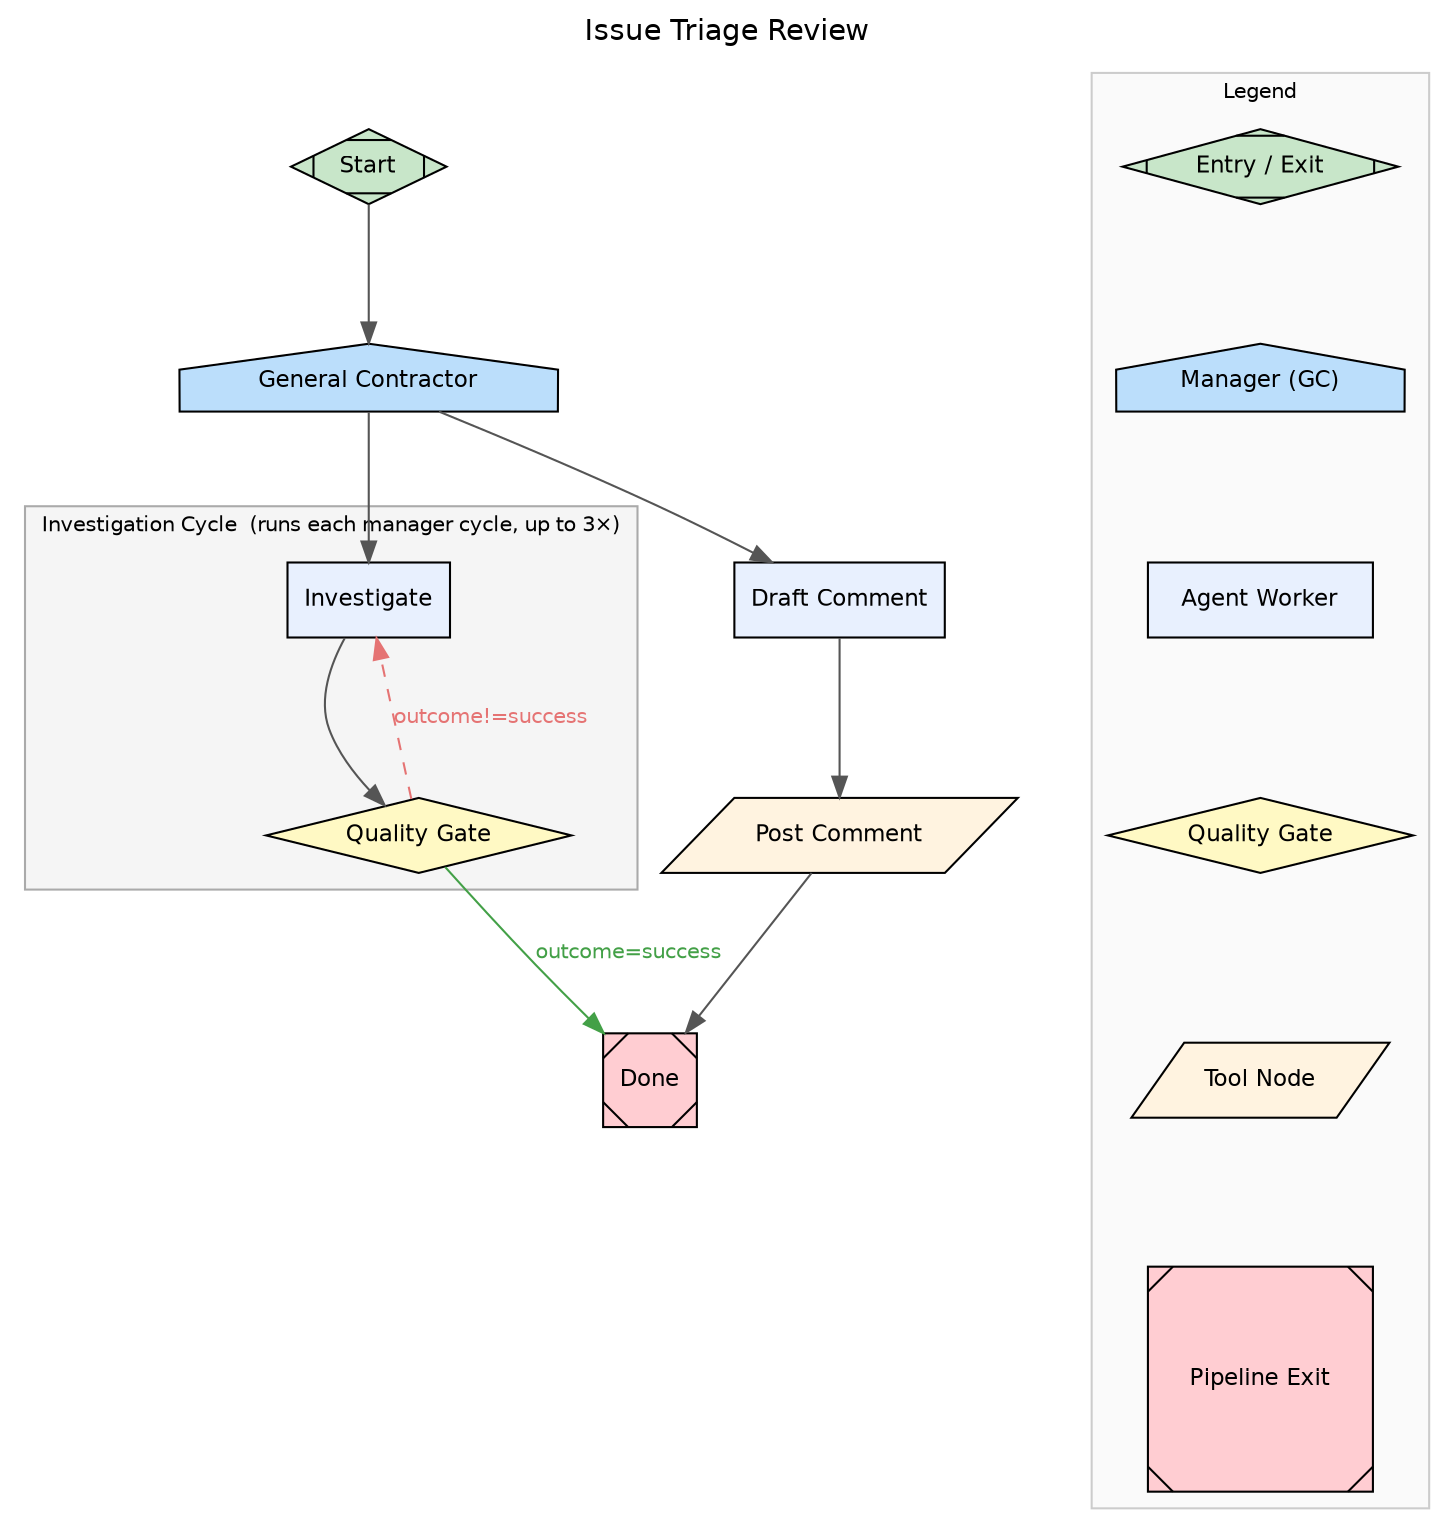
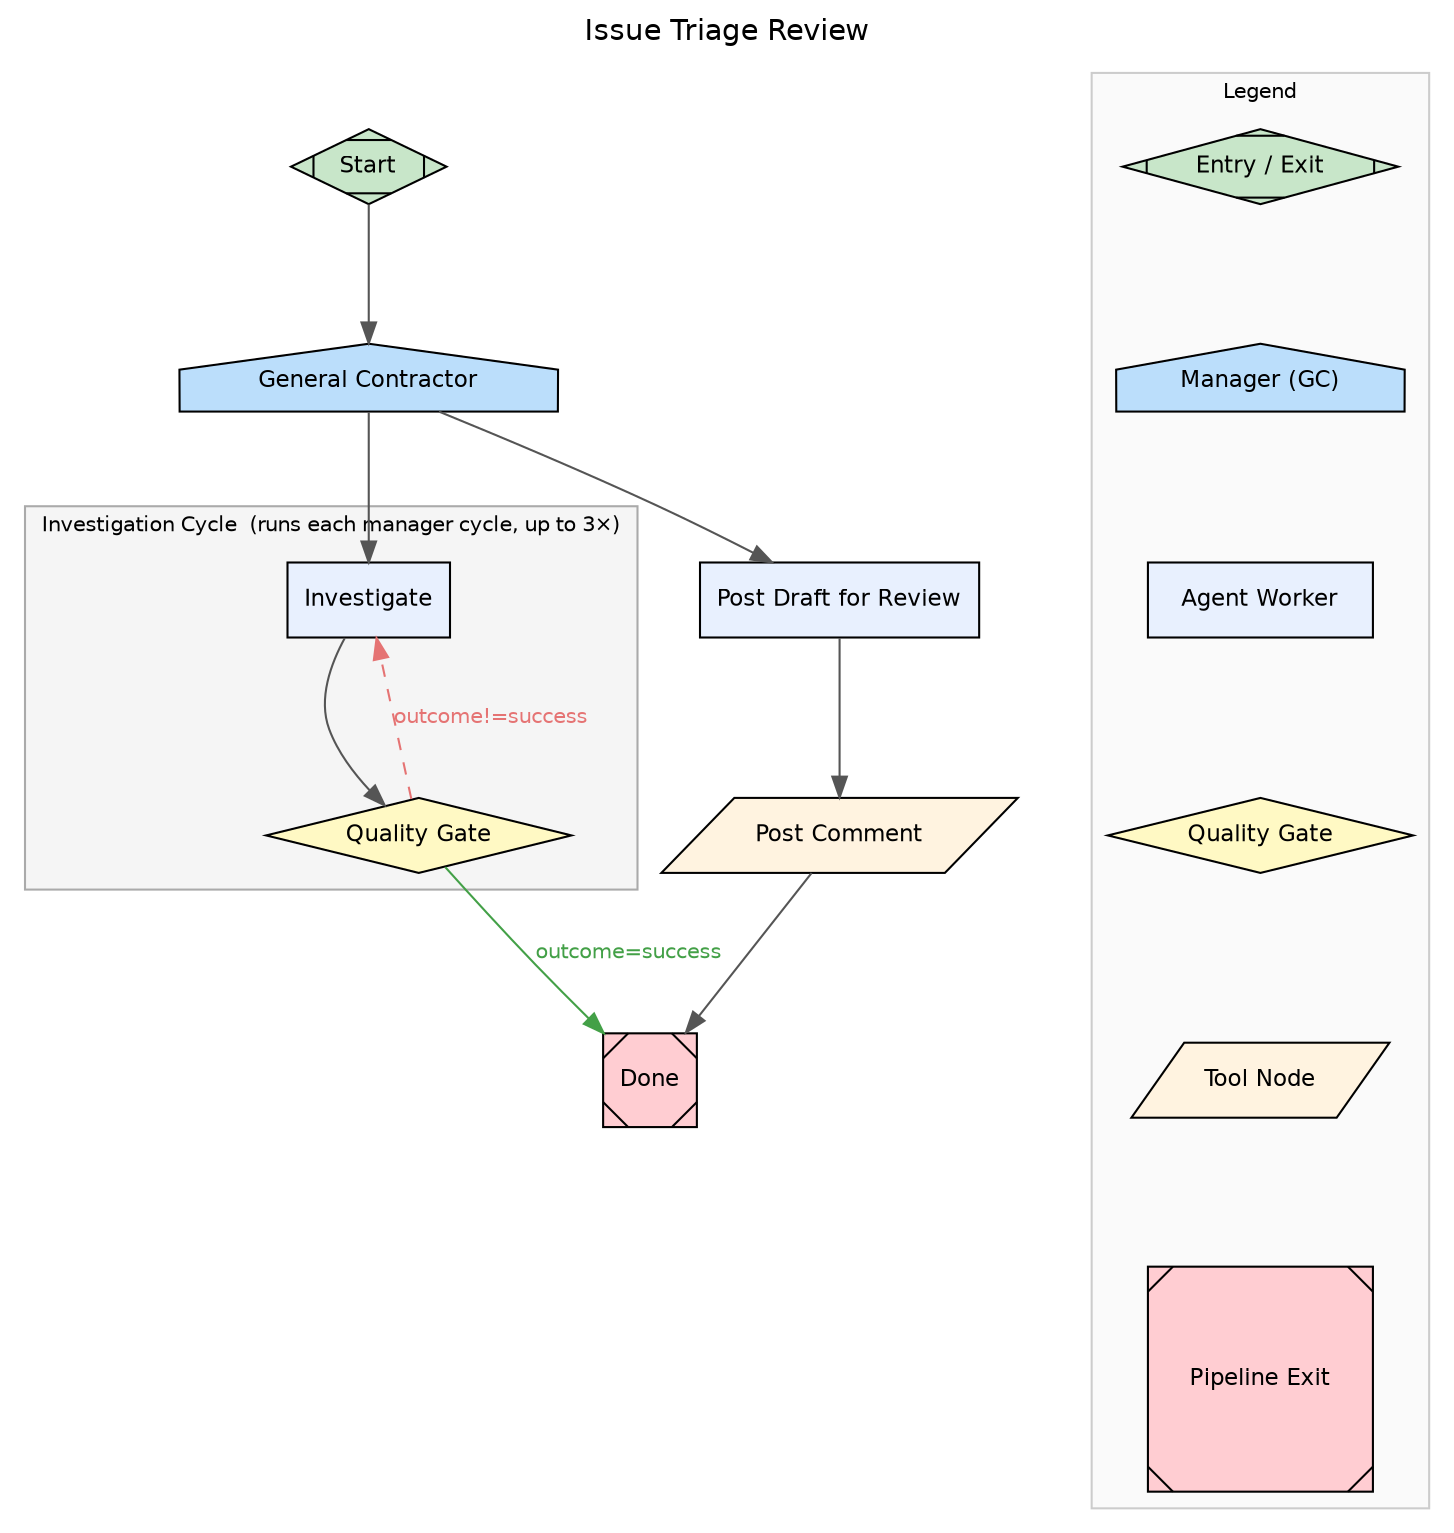
// triage-review.dot
//
// Pipeline: Automated GitHub Issue Triage — Manager-Supervisor Pattern
//
// An incoming GitHub issue is routed through an Attractor pipeline where an
// investigation agent is supervised by an ecosystem-aware quality evaluator.
// The manager (General Contractor) steers the investigator across up to three
// cycles, ensuring root cause is independently verified at the correct ecosystem
- // layer before a GitHub comment is drafted and posted.
+ // layer before a draft comment is posted for human review.
+ // Human replies with /approve or /revise [feedback] to complete the triage.
//
// Pattern:    Attractor manager-supervisor  (manager shape=house)
// Trigger:    GitHub issue opened — raw issue body passed as $goal
// Thread:     "triage-thread" shared across all nodes so cycle N investigator
//             can read what cycle N-1 produced before forming new hypotheses
// Max cycles: 3 — stops early when quality_eval calls report_outcome(success)

digraph triage_review {

    // ── Graph-level attributes ────────────────────────────────────────────────────────────

    label             = "Issue Triage Review"
    labelloc          = t
    rankdir           = TB
    compound          = true
    fontname          = "Helvetica"
    nodesep           = 0.6
    ranksep           = 0.9

    // Attractor pipeline configuration
    goal              = "Triage the GitHub issue described in the conversation context"
    default_fidelity  = "full"
    default_thread_id = "triage-thread"

    // Model stylesheet:
    //   quality_eval → reasoning model, high effort (deep ecosystem layer analysis)
    //   investigate  → standard model   (general-purpose investigation)
    model_stylesheet  = "quality_eval[model_role=reasoning,reasoning_effort=high] investigate[model_role=general]"

    // ── Default node and edge styles ────────────────────────────────────────────────────────
    node [fontname="Helvetica" fontsize=11 style="filled"]
    edge [fontname="Helvetica" fontsize=10 color="#555555"]

    // ══════════════════════════════════════════════════════════════════════════════════════════════════════════════════════════════
    // OUTER PIPELINE NODES
    // ══════════════════════════════════════════════════════════════════════════════════════════════════════════════════════════════

    // Entry point — receives $issue_content as the pipeline goal
    start [
        label     = "Start"
        shape     = Mdiamond
        fillcolor = "#C8E6C9"
    ]

    // General Contractor — supervises the investigation loop.
    // shape=house marks this as the Attractor manager node.
    // Steers the investigator toward ecosystem-correct, independently verified
    // root causes; stops early when quality_eval approves (outcome=success).
    manager [
        label          = "General Contractor"
        shape          = house
        fillcolor      = "#BBDEFB"
        prompt         = "You are overseeing an issue triage investigation. Evaluate whether the investigator has correctly identified the root cause at the right ecosystem layer. Steer the investigator away from assumption-anchored or single-dimensional conclusions."
        max_cycles     = 3
        stop_condition = "outcome=success"
        actions        = "observe,steer,wait"
        poll_interval  = "0s"
    ]

    // Comment drafter — writes the final GitHub comment from approved findings.
    // Runs after the manager exits, regardless of whether max_cycles was hit.
    // No speculation — only independently verified root cause and fix.
    comment_draft [
-         label     = "Draft Comment"
+         label     = "Post Draft for Review"
        shape     = box
        fillcolor = "#E8F0FE"
-         prompt    = "Write a concise, helpful GitHub comment explaining the root cause and recommended fix. Do not post speculation. Only report what was independently verified."
+         prompt    = "Write a draft GitHub comment summarizing the investigation findings: the root cause, which ecosystem layer is affected, and the recommended fix. End the comment with exactly this HTML comment on its own line: <!-- triage-state: awaiting-review --> Then add a final line: 'Reply with `/approve` if this looks right, or `/revise [your feedback]` to request a deeper look.'"
    ]

    // Tool node — posts the drafted comment to the GitHub issue via GitHub API
    post_comment [
        label     = "Post Comment"
        shape     = parallelogram
        fillcolor = "#FFF3E0"
    ]

    // Pipeline exit
    done [
        label     = "Done"
        shape     = Msquare
        fillcolor = "#FFCDD2"
    ]

    // ══════════════════════════════════════════════════════════════════════════════════════════════════════════════════════════════
    // CHILD SUBGRAPH — runs once per manager cycle (up to max_cycles=3)
    //
    // Ecosystem layer hierarchy the quality gate enforces
    // (innermost → outermost):
    //
    //   amplifier-core  →  amplifier-module-*  →  amplifier-foundation
    //       →  amplifier-bundle-*  →  amplifier-app-cli
    //
    // The investigator must verify root cause at the correct layer.
    // A provider-scoped fix is wrong when root cause is in amplifier-core.
    // ══════════════════════════════════════════════════════════════════════════════════════════════════════════════════════════════
    subgraph cluster_investigation_cycle {
        label     = "Investigation Cycle  (runs each manager cycle, up to 3×)"
        style     = filled
        fillcolor = "#F5F5F5"
        color     = "#AAAAAA"
        fontname  = "Helvetica"
        fontsize  = 10

        // Investigator agent — forms independent hypotheses against code + DTU env.
        // Must NOT anchor analysis on prior issue-thread comments (proxy principle).
        investigate [
            label     = "Investigate"
            shape     = box
            fillcolor = "#E8F0FE"
            timeout   = "5m"
            prompt    = "Investigate the GitHub issue described in the conversation context above. IMPORTANT: Do not anchor your analysis on any prior comments in the issue thread. Form your own hypotheses and test them independently against the actual code, repository structure, and if needed a DTU environment. Report your findings including: proposed root cause, affected layer/repo, and whether the issue would affect other providers/modules."
        ]

        // Ecosystem quality gate — validates findings against the layer hierarchy.
        // goal_gate=true: if max_cycles exhaust without success, pipeline failure is tracked.
        // reasoning_effort=high: deep multi-step ecosystem analysis (reasoning model).
        // Layer check: core → modules → foundation → bundles → CLI
        quality_eval [
            label            = "Quality Gate"
            shape            = diamond
            fillcolor        = "#FFF9C4"
            goal_gate        = true
            timeout          = "2m"
            reasoning_effort = high
            prompt           = "Evaluate the investigator's findings using the Amplifier ecosystem map. Check: (1) Is the proposed fix at the correct layer? A fix in a single provider module is likely wrong if the root cause is in amplifier-core or would affect all providers. (2) Is the root cause independently verified, or does it restate a prior issue-thread comment? (3) Does the fix scope match the blast radius? Ecosystem layer hierarchy (core → modules → foundation → bundles → CLI): amplifier-core is lowest; amplifier-module-* depend only on core; amplifier-foundation sits above core; amplifier-bundle-* above foundation; amplifier-app-cli at top. Call report_outcome(outcome='success') if analysis is ecosystem-appropriate and independently verified. Call report_outcome(outcome='fail', reason='...specific reason...') if not."
        ]
    }

    // ══════════════════════════════════════════════════════════════════════════════════════════════════════════════════════════════
    // EDGES — OUTER PIPELINE
    // ══════════════════════════════════════════════════════════════════════════════════════════════════════════════════════════════

    start -> manager

    // Post-manager path: draft and post the comment regardless of cycle outcome.
    // weight=0 de-emphasises this edge in rank layout (lateral exit path).
    manager -> comment_draft [weight=0]
    comment_draft -> post_comment
    post_comment  -> done

    // ══════════════════════════════════════════════════════════════════════════════════════════════════════════════════════════════
    // EDGES — INVESTIGATION CYCLE (within manager supervision)
    // ══════════════════════════════════════════════════════════════════════════════════════════════════════════════════════════════

    // Manager delegates to investigator at the start of each cycle
    manager -> investigate

    // Investigator delivers findings to the quality gate for ecosystem review
    investigate -> quality_eval

    // SUCCESS: quality gate approved — child cycle completes, manager stops
    quality_eval -> done [
        label     = "outcome=success"
        condition = "outcome=success"
        color     = "#43A047"
        fontcolor = "#43A047"
    ]

    // FAIL: quality gate rejected — manager steers and investigator retries
    quality_eval -> investigate [
        label     = "outcome!=success"
        condition = "outcome!=success"
        style     = dashed
        color     = "#E57373"
        fontcolor = "#E57373"
    ]

    // ══════════════════════════════════════════════════════════════════════════════════════════════════════════════════════════════
    // LEGEND
    // ══════════════════════════════════════════════════════════════════════════════════════════════════════════════════════════════
    subgraph cluster_legend {
        label     = "Legend"
        style     = filled
        fillcolor = "#FAFAFA"
        color     = "#CCCCCC"
        fontname  = "Helvetica"
        fontsize  = 10

        L_entry   [label="Entry / Exit"    shape=Mdiamond      fillcolor="#C8E6C9"  width=1.5]
        L_manager [label="Manager (GC)"    shape=house         fillcolor="#BBDEFB"  width=1.5]
        L_worker  [label="Agent Worker"    shape=box           fillcolor="#E8F0FE"  width=1.5]
        L_gate    [label="Quality Gate"    shape=diamond       fillcolor="#FFF9C4"  width=1.5]
        L_tool    [label="Tool Node"       shape=parallelogram fillcolor="#FFF3E0"  width=1.5]
        L_exit    [label="Pipeline Exit"   shape=Msquare       fillcolor="#FFCDD2"  width=1.5]

        L_entry -> L_manager -> L_worker -> L_gate -> L_tool -> L_exit [style=invis]
    }
}
